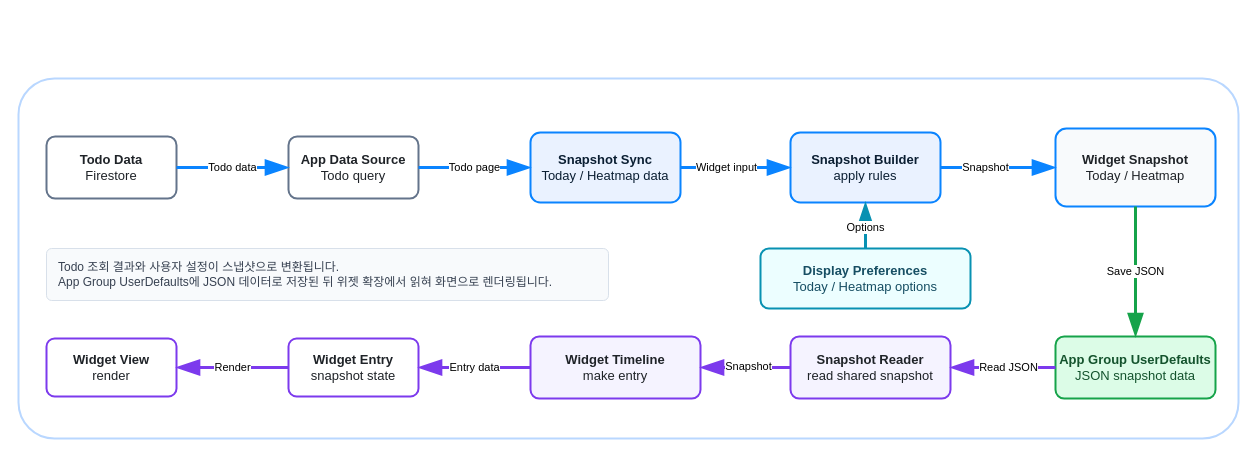
The draw.io diagram page "Widget Architecture" (7 of 7) of docs/DevLog.drawio in opficdev/DevLog_iOS, before the edit. Source tidied: cells renumbered, new cells numbered last; positions are measured from the earlier drawing's top-left corner, leaving out a move shared by most shapes. Both pictures are drawn from the tidied source at 100%, with x=0, y=0 at pixel (18, 78).
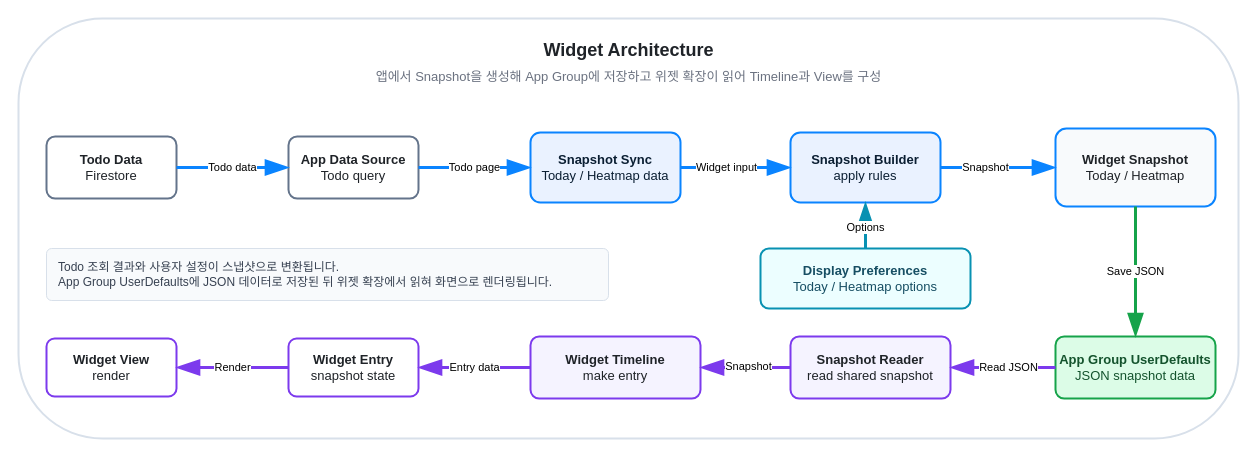
The same page after the edit.

Commit message (it also covers changes not shown here):
docs: 위젯 아키텍쳐에 제목, 소제목 추가

The edit, as a diff of the source:
```diff
@@
-    <mxCell id="2" style="rounded=1;arcSize=10;whiteSpace=wrap;html=1;fillColor=#FFFFFF;strokeColor=#B9D7FF;strokeWidth=2;" parent="1" vertex="1">
-      <mxGeometry width="1220" height="360" as="geometry" />
+    <mxCell id="2" style="rounded=1;arcSize=20;whiteSpace=wrap;html=1;fillColor=#FFFFFF;strokeColor=#D8E0EA;strokeWidth=2;align=center;" parent="1" vertex="1">
+      <mxGeometry y="-60" width="1220" height="420" as="geometry" />
     </mxCell>
+    <mxCell id="25" value="Widget Architecture" style="text;html=1;strokeColor=none;fillColor=none;align=center;verticalAlign=middle;fontSize=18;fontStyle=1;fontColor=#1F2328;" parent="1" vertex="1">
+      <mxGeometry x="430" y="-42" width="360" height="28" as="geometry" />
+    </mxCell>
+    <mxCell id="26" value="앱에서 Snapshot을 생성해 App Group에 저장하고 위젯 확장이 읽어 Timeline과 View를 구성" style="text;html=1;strokeColor=none;fillColor=none;align=center;verticalAlign=middle;fontSize=13;fontStyle=0;fontColor=#6B7280;" parent="1" vertex="1">
+      <mxGeometry x="230" y="-12" width="760" height="20" as="geometry" />
+    </mxCell>
```
